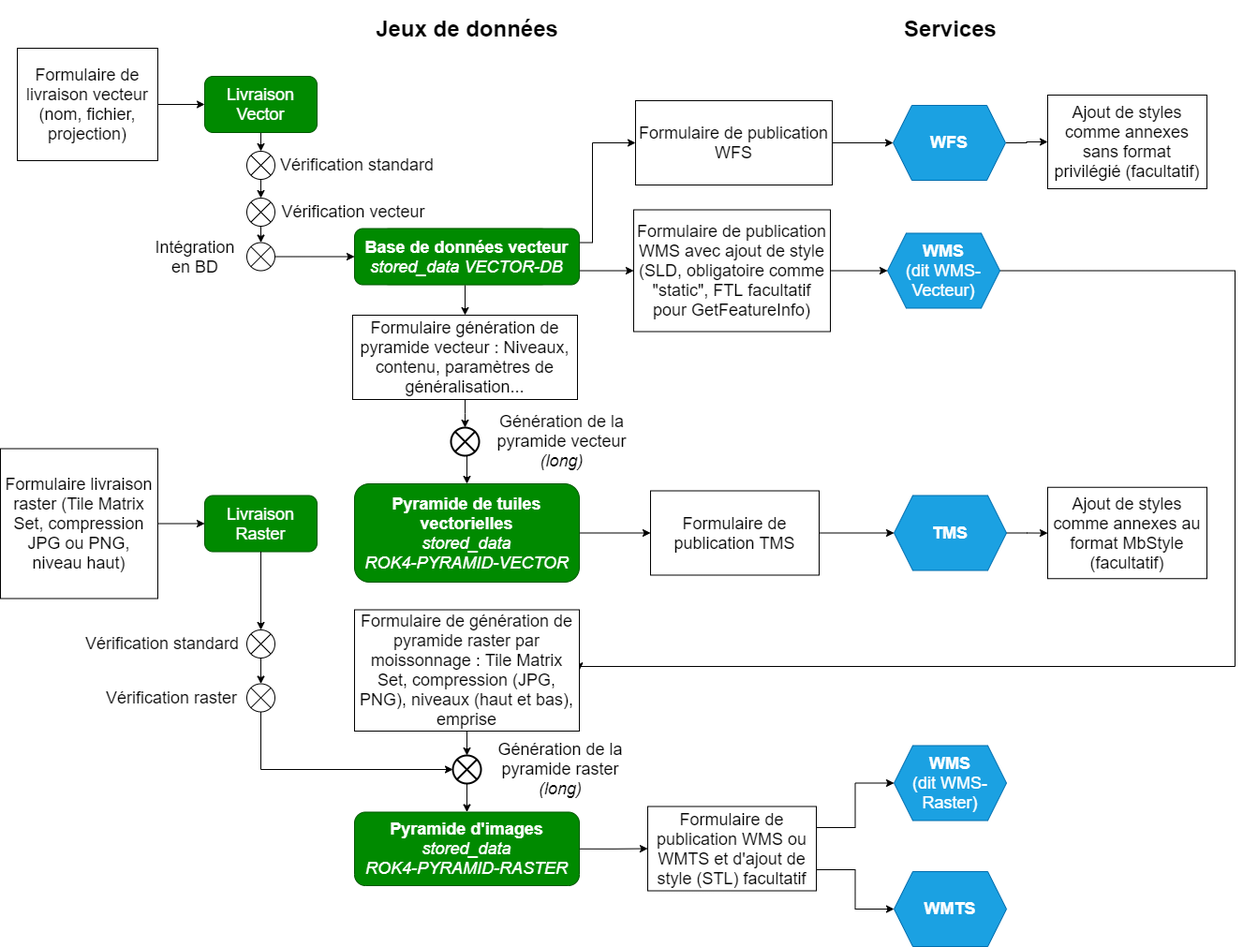
This is docs/developer/schema-diffusion-tous-types.drawio.png from IGNF/cartes.gouv.fr, a draw.io export, as it was before one commit. Source tidied: cells renumbered, new cells last; positions are measured from the earlier drawing's top-left corner, leaving out a move shared by most shapes.
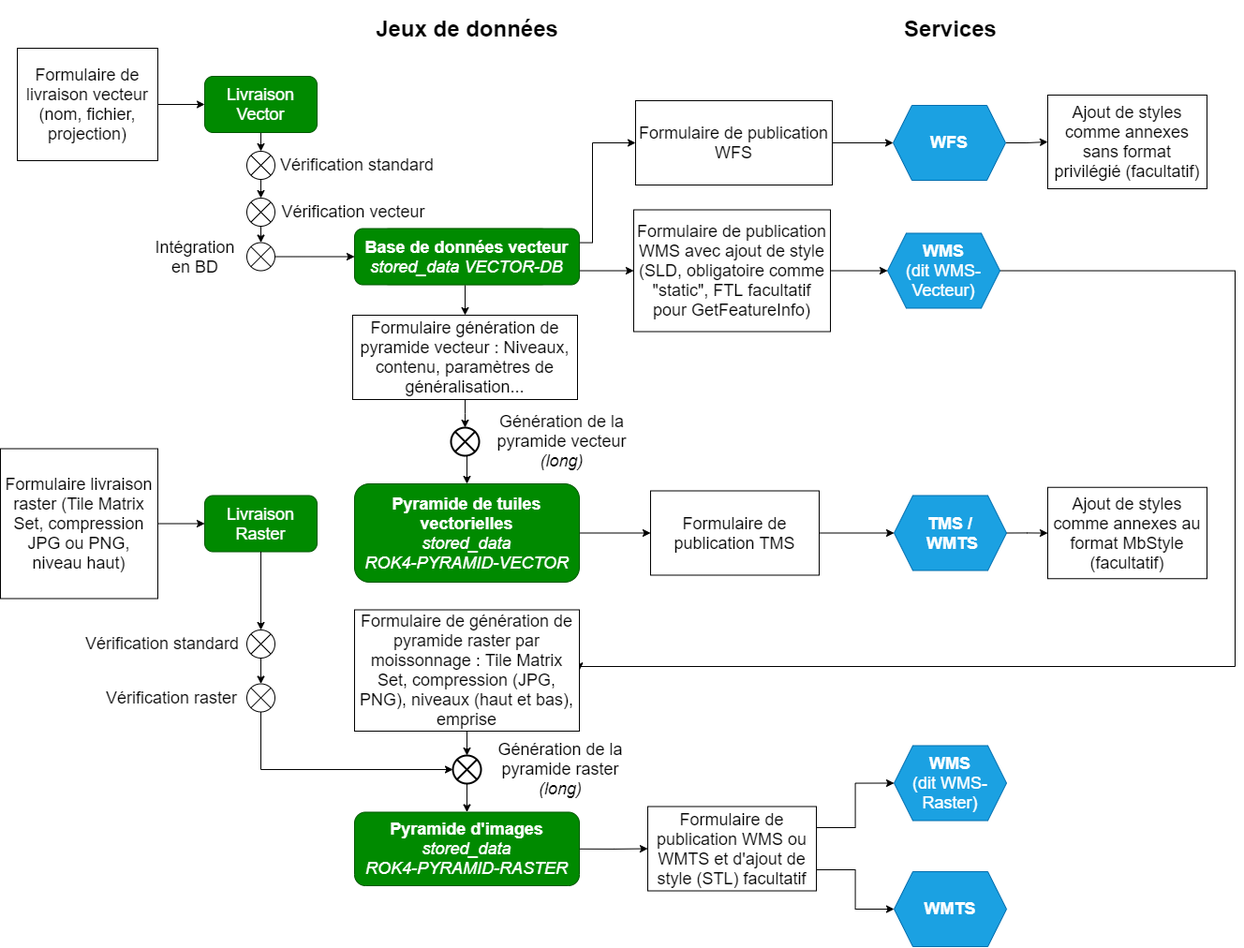
After the commit.

Commit message:
docs: precision TMS/WMTS

Diff of the diagram source:
```diff
@@ -101,7 +101,7 @@
     <mxCell id="34" style="edgeStyle=orthogonalEdgeStyle;rounded=0;jettySize=auto;html=1;exitX=1;exitY=0.5;exitDx=0;exitDy=0;fontSize=18;" parent="1" edge="1" source="35" target="51">
       <mxGeometry relative="1" as="geometry" />
     </mxCell>
-    <mxCell id="35" value="&lt;font style=&quot;font-size: 18px&quot;&gt;&lt;b&gt;TMS&lt;br&gt;&lt;/b&gt;&lt;/font&gt;" style="shape=hexagon;perimeter=hexagonPerimeter2;whiteSpace=wrap;html=1;fixedSize=1;fillColor=#1ba1e2;strokeColor=#006EAF;fontColor=#ffffff;" parent="1" vertex="1">
+    <mxCell id="35" value="&lt;font style=&quot;font-size: 18px&quot;&gt;&lt;b&gt;TMS /&lt;br&gt;&amp;nbsp;WMTS&lt;br&gt;&lt;/b&gt;&lt;/font&gt;" style="shape=hexagon;perimeter=hexagonPerimeter2;whiteSpace=wrap;html=1;fixedSize=1;fillColor=#1ba1e2;strokeColor=#006EAF;fontColor=#ffffff;" parent="1" vertex="1">
       <mxGeometry x="954" y="528.5" width="120" height="80" as="geometry" />
     </mxCell>
     <mxCell id="36" value="&lt;font style=&quot;font-size: 18px&quot;&gt;&lt;b&gt;WMS&lt;/b&gt;&lt;br&gt;(dit WMS-Raster)&lt;/font&gt;" style="shape=hexagon;perimeter=hexagonPerimeter2;whiteSpace=wrap;html=1;fixedSize=1;fillColor=#1ba1e2;strokeColor=#006EAF;fontColor=#ffffff;" parent="1" vertex="1">
```
